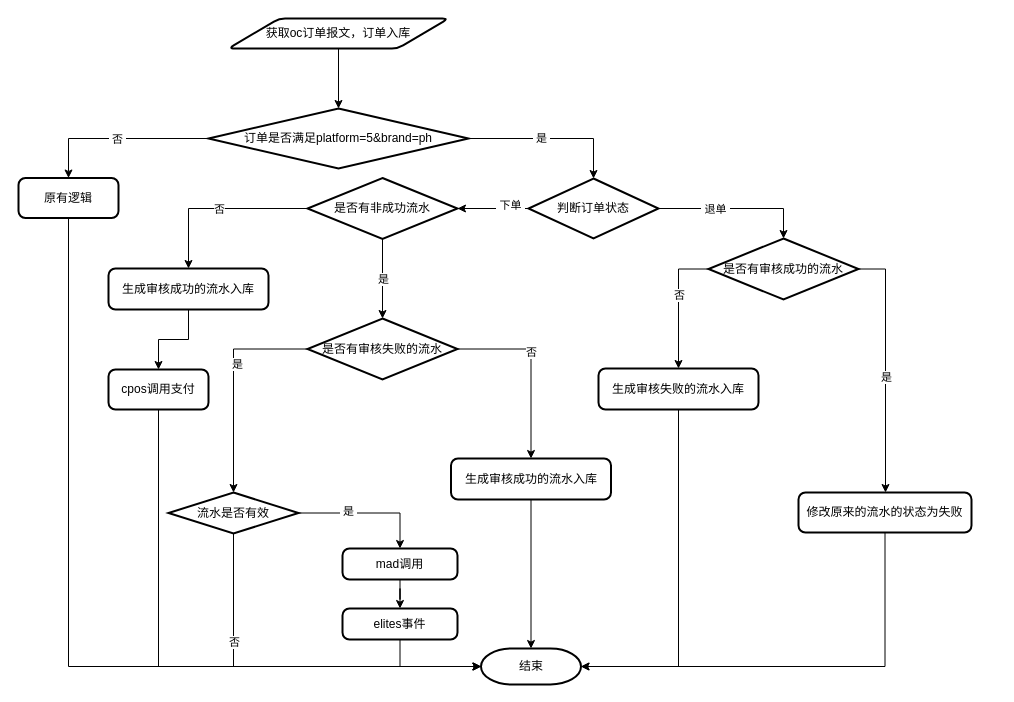
daffupman/km keeps this draw.io diagram as ocLanding异步处理中针对ph扫描点单的逻辑流程图.drawio. Above is the earlier version. Source tidied: cells renumbered, new cells numbered last; positions are measured from the earlier drawing's top-left corner, leaving out a move shared by most shapes. Both pictures are drawn from the tidied source at 100%, with x=0, y=0 at pixel (18, 18).
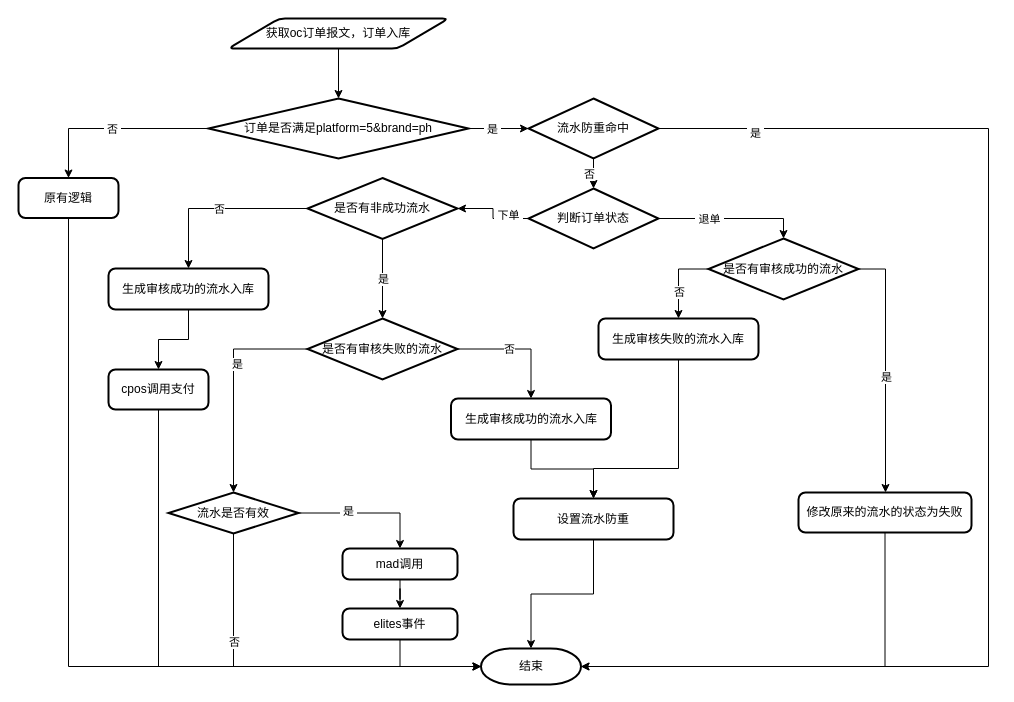
Above is the later version.

Commit message:
Update ocLanding异步处理中针对ph扫描点单的逻辑流程图.drawio

Unchanged cells that the change refers to:
```xml
<mxCell id="27" value="结束" style="strokeWidth=2;html=1;shape=mxgraph.flowchart.terminator;whiteSpace=wrap;" parent="1" vertex="1">
  <mxGeometry x="462.5" y="630" width="100" height="36" as="geometry" />
</mxCell>
<mxCell id="35" style="edgeStyle=orthogonalEdgeStyle;rounded=0;jettySize=auto;html=1;exitX=0;exitY=0.5;exitDx=0;exitDy=0;exitPerimeter=0;" parent="1" edge="1" source="39" target="17">
  <mxGeometry relative="1" as="geometry">
    <Array as="points">
      <mxPoint x="660" y="250" />
    </Array>
  </mxGeometry>
</mxCell>
```

Diff of the diagram source:
```diff
@@
-    <mxCell id="6" style="edgeStyle=orthogonalEdgeStyle;rounded=0;jettySize=auto;html=1;" parent="1" edge="1" source="8" target="15">
-      <mxGeometry relative="1" as="geometry" />
-    </mxCell>
-    <mxCell id="7" value="&amp;nbsp;是&amp;nbsp;" style="edgeLabel;html=1;align=center;verticalAlign=middle;" parent="6" vertex="1">
-      <mxGeometry x="-0.13" y="1" relative="1" as="geometry" />
-    </mxCell>
+    <mxCell id="51" style="edgeStyle=orthogonalEdgeStyle;rounded=0;jettySize=auto;html=1;" parent="1" edge="1" source="8" target="61">
+      <mxGeometry relative="1" as="geometry" />
+    </mxCell>
+    <mxCell id="52" value="&amp;nbsp;是&amp;nbsp;" style="edgeLabel;html=1;align=center;verticalAlign=middle;" parent="51" vertex="1">
+      <mxGeometry x="-0.24" relative="1" as="geometry" />
+    </mxCell>
     <mxCell id="8" value="订单是否满足platform=5&amp;amp;brand=ph" style="strokeWidth=2;html=1;shape=mxgraph.flowchart.decision;whiteSpace=wrap;" parent="1" vertex="1">
-      <mxGeometry x="190" y="90" width="260" height="60" as="geometry" />
+      <mxGeometry x="190" y="80" width="260" height="60" as="geometry" />
     </mxCell>
@@
     <mxCell id="15" value="&lt;span&gt;判断订单状态&lt;/span&gt;" style="strokeWidth=2;html=1;shape=mxgraph.flowchart.decision;whiteSpace=wrap;" parent="1" vertex="1">
-      <mxGeometry x="510" y="160" width="130" height="60" as="geometry" />
+      <mxGeometry x="510" y="170" width="130" height="60" as="geometry" />
     </mxCell>
-    <mxCell id="16" style="edgeStyle=orthogonalEdgeStyle;rounded=0;jettySize=auto;html=1;entryX=1;entryY=0.5;entryDx=0;entryDy=0;entryPerimeter=0;" parent="1" edge="1" source="17" target="27">
-      <mxGeometry relative="1" as="geometry">
-        <Array as="points">
-          <mxPoint x="660" y="648" />
-        </Array>
-      </mxGeometry>
-    </mxCell>
+    <mxCell id="53" style="edgeStyle=orthogonalEdgeStyle;rounded=0;jettySize=auto;html=1;entryX=0.5;entryY=0;entryDx=0;entryDy=0;" parent="1" edge="1" source="17" target="56">
+      <mxGeometry relative="1" as="geometry">
+        <Array as="points">
+          <mxPoint x="660" y="450" />
+          <mxPoint x="575" y="450" />
+        </Array>
+      </mxGeometry>
+    </mxCell>
     <mxCell id="17" value="生成审核失败的流水入库" style="rounded=1;whiteSpace=wrap;html=1;absoluteArcSize=1;arcSize=14;strokeWidth=2;" parent="1" vertex="1">
-      <mxGeometry x="580" y="350" width="160" height="41" as="geometry" />
+      <mxGeometry x="580" y="300" width="160" height="41" as="geometry" />
     </mxCell>
@@
-    <mxCell id="33" style="edgeStyle=orthogonalEdgeStyle;rounded=0;jettySize=auto;html=1;entryX=0.5;entryY=0;entryDx=0;entryDy=0;entryPerimeter=0;" parent="1" edge="1" source="34" target="27">
-      <mxGeometry relative="1" as="geometry" />
-    </mxCell>
+    <mxCell id="54" style="edgeStyle=orthogonalEdgeStyle;rounded=0;jettySize=auto;html=1;" parent="1" edge="1" source="34" target="56">
+      <mxGeometry relative="1" as="geometry" />
+    </mxCell>
     <mxCell id="34" value="生成审核成功的流水入库" style="rounded=1;whiteSpace=wrap;html=1;absoluteArcSize=1;arcSize=14;strokeWidth=2;" parent="1" vertex="1">
-      <mxGeometry x="432.5" y="440" width="160" height="41" as="geometry" />
+      <mxGeometry x="432.5" y="380" width="160" height="41" as="geometry" />
     </mxCell>
@@
     <mxCell id="36" value="&amp;nbsp;否&amp;nbsp;" style="edgeLabel;html=1;align=center;verticalAlign=middle;" parent="35" vertex="1">
-      <mxGeometry x="-0.13" relative="1" as="geometry" />
+      <mxGeometry x="-0.13" relative="1" as="geometry">
+        <mxPoint y="18" as="offset" />
+      </mxGeometry>
     </mxCell>
@@
+    <mxCell id="55" style="edgeStyle=orthogonalEdgeStyle;rounded=0;jettySize=auto;html=1;entryX=0.5;entryY=0;entryDx=0;entryDy=0;entryPerimeter=0;" parent="1" edge="1" source="56" target="27">
+      <mxGeometry relative="1" as="geometry" />
+    </mxCell>
+    <mxCell id="56" value="设置流水防重" style="rounded=1;whiteSpace=wrap;html=1;absoluteArcSize=1;arcSize=14;strokeWidth=2;" parent="1" vertex="1">
+      <mxGeometry x="495" y="480" width="160" height="41" as="geometry" />
+    </mxCell>
+    <mxCell id="57" style="edgeStyle=orthogonalEdgeStyle;rounded=0;jettySize=auto;html=1;entryX=1;entryY=0.5;entryDx=0;entryDy=0;entryPerimeter=0;" parent="1" edge="1" source="61" target="27">
+      <mxGeometry relative="1" as="geometry">
+        <Array as="points">
+          <mxPoint x="970" y="110" />
+          <mxPoint x="970" y="648" />
+        </Array>
+      </mxGeometry>
+    </mxCell>
+    <mxCell id="58" value="&amp;nbsp;是&amp;nbsp;" style="edgeLabel;html=1;align=center;verticalAlign=middle;" parent="57" vertex="1">
+      <mxGeometry x="-0.85" y="-4" relative="1" as="geometry" />
+    </mxCell>
+    <mxCell id="59" style="edgeStyle=orthogonalEdgeStyle;rounded=0;jettySize=auto;html=1;entryX=0.5;entryY=0;entryDx=0;entryDy=0;entryPerimeter=0;" parent="1" edge="1" source="61" target="15">
+      <mxGeometry relative="1" as="geometry" />
+    </mxCell>
+    <mxCell id="60" value="否" style="edgeLabel;html=1;align=center;verticalAlign=middle;" parent="59" vertex="1">
+      <mxGeometry x="-0.39" y="2" relative="1" as="geometry">
+        <mxPoint x="-7" as="offset" />
+      </mxGeometry>
+    </mxCell>
+    <mxCell id="61" value="&lt;span&gt;流水防重命中&lt;/span&gt;" style="strokeWidth=2;html=1;shape=mxgraph.flowchart.decision;whiteSpace=wrap;" parent="1" vertex="1">
+      <mxGeometry x="510" y="80" width="130" height="60" as="geometry" />
+    </mxCell>
```
